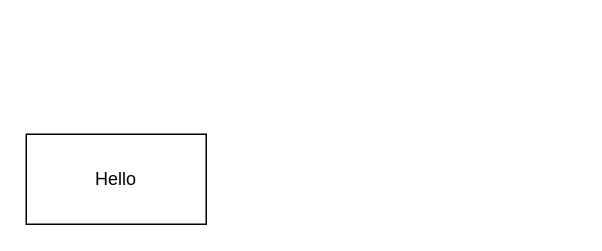
MoldavianDron/drawio keeps this draw.io diagram as Diagram.drawio. Above is the earlier version. Source tidied: cells renumbered, new cells numbered last; positions are measured from the earlier drawing's top-left corner, leaving out a move shared by most shapes. Both pictures are drawn from the tidied source at 150%, with x=0, y=0 at pixel (26, 134).
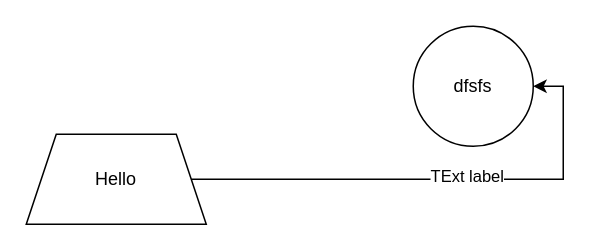
Above is the later version.

The edit, as a diff of the source:
```diff
@@
 <mxGraphModel>
   <root>
     <mxCell id="0" />
     <mxCell id="1" parent="0" />
+    <mxCell id="3" style="edgeStyle=orthogonalEdgeStyle;rounded=0;jettySize=auto;html=1;entryX=1;entryY=0.5;entryDx=0;entryDy=0;" parent="1" edge="1" source="2" target="5">
+      <mxGeometry relative="1" as="geometry" />
+    </mxCell>
+    <mxCell id="4" value="TExt label" style="edgeLabel;html=1;align=center;verticalAlign=middle;" parent="3" vertex="1">
+      <mxGeometry x="0.11" y="3" relative="1" as="geometry" />
+    </mxCell>
-    <mxCell id="2" value="Hello" style="rounded=0;whiteSpace=wrap;html=1;" parent="1" vertex="1">
+    <mxCell id="2" value="Hello" style="rounded=0;whiteSpace=wrap;html=1;shape=trapezoid;perimeter=trapezoidPerimeter;fixedSize=1;" parent="1" vertex="1">
       <mxGeometry width="120" height="60" as="geometry" />
     </mxCell>
+    <mxCell id="5" value="dfsfs" style="ellipse;whiteSpace=wrap;html=1;rounded=0;" parent="1" vertex="1">
+      <mxGeometry x="258" y="-72" width="80" height="80" as="geometry" />
+    </mxCell>
   </root>
 </mxGraphModel>
```
